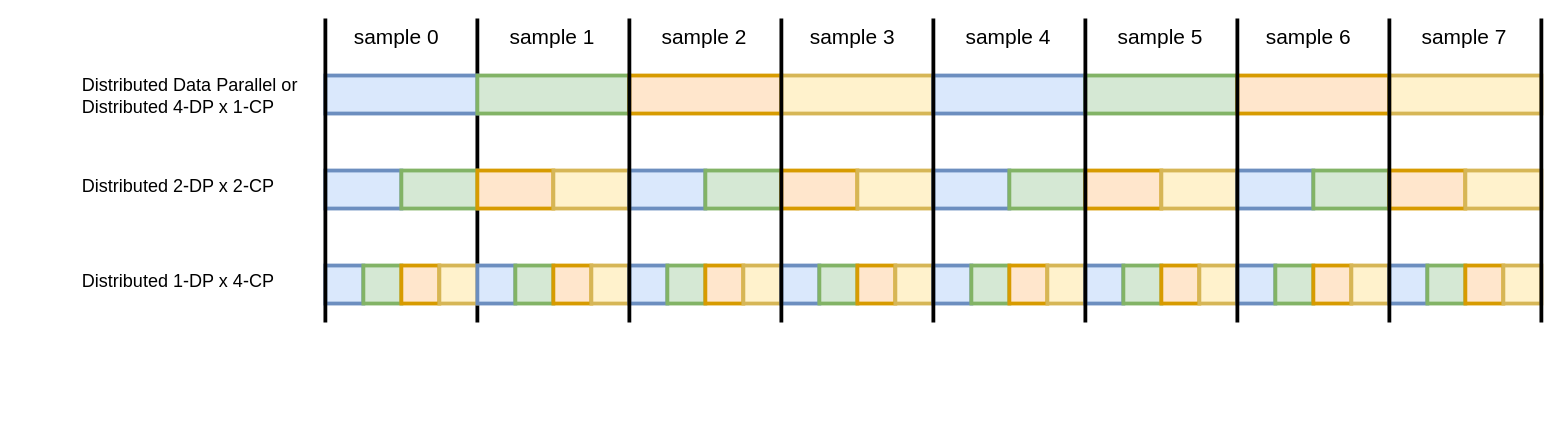
Above: assets/GPT-lite-distributed/SPDistributedSampler.drawio in brunomaga/brunomaga.github.io (draw.io), before the change. Source tidied: cells renumbered, new cells numbered last; positions are measured from the earlier drawing's top-left corner, leaving out a move shared by most shapes. Both pictures are drawn from the tidied source at 95%, with x=0, y=0 at pixel (80, 18).
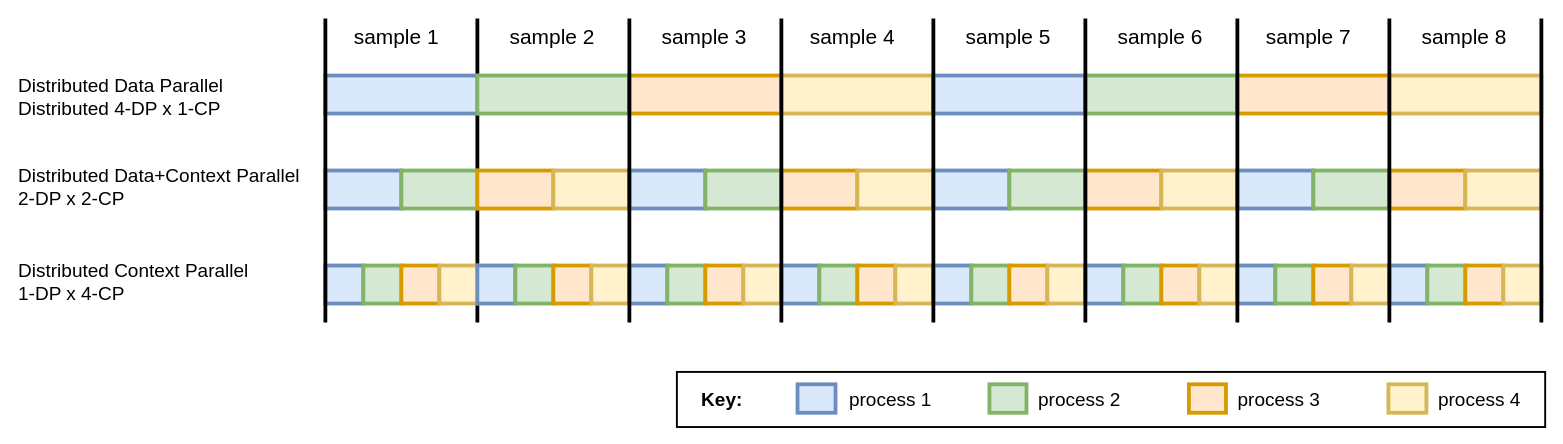
The same diagram, later.

Commit message (it also covers changes not shown here):
better figure

Change to the diagram source:
```diff
@@
+    <mxCell id="89" style="rounded=0;whiteSpace=wrap;html=1;strokeWidth=2;" parent="1" vertex="1">
+      <mxGeometry x="628" y="372" width="914" height="58" as="geometry" />
+    </mxCell>
@@
-    <mxCell id="77" value="sample 0" style="text;html=1;align=center;verticalAlign=middle;whiteSpace=wrap;rounded=0;fontSize=22;" parent="1" vertex="1">
+    <mxCell id="77" value="sample 1" style="text;html=1;align=center;verticalAlign=middle;whiteSpace=wrap;rounded=0;fontSize=22;" parent="1" vertex="1">
       <mxGeometry x="273" y="5" width="120" height="30" as="geometry" />
     </mxCell>
-    <mxCell id="78" value="sample 1" style="text;html=1;align=center;verticalAlign=middle;whiteSpace=wrap;rounded=0;fontSize=22;" parent="1" vertex="1">
+    <mxCell id="78" value="sample 2" style="text;html=1;align=center;verticalAlign=middle;whiteSpace=wrap;rounded=0;fontSize=22;" parent="1" vertex="1">
       <mxGeometry x="437" y="5" width="120" height="30" as="geometry" />
     </mxCell>
-    <mxCell id="79" value="sample 2" style="text;html=1;align=center;verticalAlign=middle;whiteSpace=wrap;rounded=0;fontSize=22;" parent="1" vertex="1">
+    <mxCell id="79" value="sample 3" style="text;html=1;align=center;verticalAlign=middle;whiteSpace=wrap;rounded=0;fontSize=22;" parent="1" vertex="1">
       <mxGeometry x="597" y="5" width="120" height="30" as="geometry" />
     </mxCell>
-    <mxCell id="80" value="sample 3" style="text;html=1;align=center;verticalAlign=middle;whiteSpace=wrap;rounded=0;fontSize=22;" parent="1" vertex="1">
+    <mxCell id="80" value="sample 4" style="text;html=1;align=center;verticalAlign=middle;whiteSpace=wrap;rounded=0;fontSize=22;" parent="1" vertex="1">
       <mxGeometry x="753" y="5" width="120" height="30" as="geometry" />
     </mxCell>
-    <mxCell id="81" value="sample 4" style="text;html=1;align=center;verticalAlign=middle;whiteSpace=wrap;rounded=0;fontSize=22;" parent="1" vertex="1">
+    <mxCell id="81" value="sample 5" style="text;html=1;align=center;verticalAlign=middle;whiteSpace=wrap;rounded=0;fontSize=22;" parent="1" vertex="1">
       <mxGeometry x="917" y="5" width="120" height="30" as="geometry" />
     </mxCell>
-    <mxCell id="82" value="sample 5" style="text;html=1;align=center;verticalAlign=middle;whiteSpace=wrap;rounded=0;fontSize=22;" parent="1" vertex="1">
+    <mxCell id="82" value="sample 6" style="text;html=1;align=center;verticalAlign=middle;whiteSpace=wrap;rounded=0;fontSize=22;" parent="1" vertex="1">
       <mxGeometry x="1077" y="5" width="120" height="30" as="geometry" />
     </mxCell>
-    <mxCell id="83" value="sample 6" style="text;html=1;align=center;verticalAlign=middle;whiteSpace=wrap;rounded=0;fontSize=22;" parent="1" vertex="1">
+    <mxCell id="83" value="sample 7" style="text;html=1;align=center;verticalAlign=middle;whiteSpace=wrap;rounded=0;fontSize=22;" parent="1" vertex="1">
       <mxGeometry x="1233" y="5" width="120" height="30" as="geometry" />
     </mxCell>
-    <mxCell id="84" value="sample 7" style="text;html=1;align=center;verticalAlign=middle;whiteSpace=wrap;rounded=0;fontSize=22;" parent="1" vertex="1">
+    <mxCell id="84" value="sample 8" style="text;html=1;align=center;verticalAlign=middle;whiteSpace=wrap;rounded=0;fontSize=22;" parent="1" vertex="1">
       <mxGeometry x="1397" y="5" width="120" height="30" as="geometry" />
     </mxCell>
-    <mxCell id="85" style="group;fontSize=14;" parent="1" vertex="1">
-      <mxGeometry y="67" width="330" height="225" as="geometry" />
+    <mxCell id="85" style="group;fontSize=18;" parent="1" vertex="1">
+      <mxGeometry x="-44" y="67" width="382" height="225" as="geometry" />
     </mxCell>
-    <mxCell id="86" value="Distributed Data Parallel&amp;nbsp;&lt;span style=&quot;background-color: initial; font-size: 19px;&quot;&gt;or&lt;/span&gt;&lt;div style=&quot;font-size: 19px;&quot;&gt;Distributed 4-DP x 1-CP&lt;/div&gt;" style="text;html=1;align=left;verticalAlign=middle;whiteSpace=wrap;rounded=0;fontSize=19;fontStyle=0;" parent="85" vertex="1">
-      <mxGeometry width="330" height="30" as="geometry" />
+    <mxCell id="86" value="Distributed Data Parallel&lt;div style=&quot;font-size: 20px;&quot;&gt;Distributed 4-DP x 1-CP&lt;/div&gt;" style="text;html=1;align=left;verticalAlign=middle;whiteSpace=wrap;rounded=0;fontSize=20;fontStyle=0;" parent="85" vertex="1">
+      <mxGeometry x="-23.2" width="382" height="30" as="geometry" />
     </mxCell>
-    <mxCell id="87" value="&lt;div style=&quot;font-size: 19px;&quot;&gt;Distributed 2-DP x 2-CP&lt;/div&gt;" style="text;html=1;align=left;verticalAlign=middle;whiteSpace=wrap;rounded=0;fontSize=19;fontStyle=0;" parent="85" vertex="1">
-      <mxGeometry y="95" width="330" height="30" as="geometry" />
+    <mxCell id="87" value="&lt;div style=&quot;font-size: 20px;&quot;&gt;Distributed Data+Context Parallel&lt;/div&gt;&lt;div style=&quot;font-size: 20px;&quot;&gt;2-DP x 2-CP&lt;/div&gt;" style="text;html=1;align=left;verticalAlign=middle;whiteSpace=wrap;rounded=0;fontSize=20;fontStyle=0;" parent="85" vertex="1">
+      <mxGeometry x="-23.2" y="95" width="382" height="30" as="geometry" />
     </mxCell>
-    <mxCell id="88" value="&lt;div style=&quot;font-size: 19px;&quot;&gt;Distributed 1-DP x 4-CP&lt;/div&gt;" style="text;html=1;align=left;verticalAlign=middle;whiteSpace=wrap;rounded=0;fontSize=19;fontStyle=0;" parent="85" vertex="1">
-      <mxGeometry y="195" width="330" height="30" as="geometry" />
+    <mxCell id="88" value="&lt;div style=&quot;font-size: 20px;&quot;&gt;Distributed Context Parallel&lt;/div&gt;&lt;div style=&quot;font-size: 20px;&quot;&gt;&lt;span style=&quot;background-color: initial;&quot;&gt;1-DP x 4-CP&lt;/span&gt;&lt;/div&gt;" style="text;html=1;align=left;verticalAlign=middle;whiteSpace=wrap;rounded=0;fontSize=20;fontStyle=0;" parent="85" vertex="1">
+      <mxGeometry x="-23.2" y="195" width="382" height="30" as="geometry" />
     </mxCell>
+    <mxCell id="90" style="rounded=0;whiteSpace=wrap;html=1;strokeColor=#d6b656;fillColor=#fff2cc;strokeWidth=4;imageWidth=20;" parent="1" vertex="1">
+      <mxGeometry x="1377" y="385" width="40" height="30" as="geometry" />
+    </mxCell>
+    <mxCell id="91" style="rounded=0;whiteSpace=wrap;html=1;fillColor=#ffe6cc;strokeColor=#d79b00;strokeWidth=4;imageWidth=20;" parent="1" vertex="1">
+      <mxGeometry x="1167" y="385" width="39" height="30" as="geometry" />
+    </mxCell>
+    <mxCell id="92" style="rounded=0;whiteSpace=wrap;html=1;fillColor=#d5e8d4;strokeColor=#82b366;strokeWidth=4;imageWidth=20;" parent="1" vertex="1">
+      <mxGeometry x="957" y="385" width="39" height="30" as="geometry" />
+    </mxCell>
+    <mxCell id="93" style="rounded=0;whiteSpace=wrap;html=1;fillColor=#dae8fc;strokeColor=#6c8ebf;strokeWidth=4;imageWidth=20;" parent="1" vertex="1">
+      <mxGeometry x="755" y="385" width="40" height="30" as="geometry" />
+    </mxCell>
+    <mxCell id="94" value="process 1" style="text;html=1;align=center;verticalAlign=middle;whiteSpace=wrap;rounded=0;fontSize=20;" parent="1" vertex="1">
+      <mxGeometry x="793" y="385" width="120" height="30" as="geometry" />
+    </mxCell>
+    <mxCell id="95" value="process 2" style="text;html=1;align=center;verticalAlign=middle;whiteSpace=wrap;rounded=0;fontSize=20;" parent="1" vertex="1">
+      <mxGeometry x="992" y="385" width="120" height="30" as="geometry" />
+    </mxCell>
+    <mxCell id="96" value="process 3" style="text;html=1;align=center;verticalAlign=middle;whiteSpace=wrap;rounded=0;fontSize=20;" parent="1" vertex="1">
+      <mxGeometry x="1202" y="385" width="120" height="30" as="geometry" />
+    </mxCell>
+    <mxCell id="97" value="process 4" style="text;html=1;align=center;verticalAlign=middle;whiteSpace=wrap;rounded=0;fontSize=20;" parent="1" vertex="1">
+      <mxGeometry x="1413" y="385" width="120" height="30" as="geometry" />
+    </mxCell>
+    <mxCell id="98" value="&lt;b style=&quot;font-size: 20px;&quot;&gt;&lt;font style=&quot;font-size: 20px;&quot;&gt;Key:&lt;/font&gt;&lt;/b&gt;" style="text;whiteSpace=wrap;html=1;fontSize=20;" parent="1" vertex="1">
+      <mxGeometry x="652" y="382" width="70" height="40" as="geometry" />
+    </mxCell>
```
